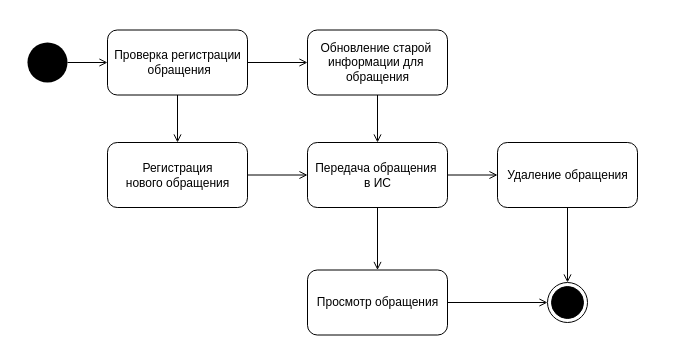
Above: Диаграмма состояний.drawio in Barashek-1507/DandA (draw.io), before the change. Source tidied: cells renumbered, new cells numbered last; positions are measured from the earlier drawing's top-left corner, leaving out a move shared by most shapes. Both pictures are drawn from the tidied source at 100%, with x=0, y=0 at pixel (27, 30).
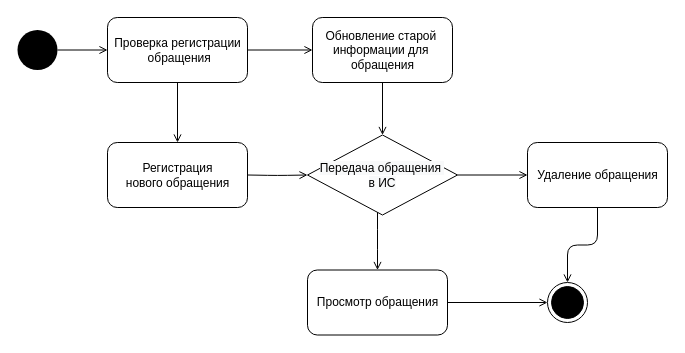
After the change.

Unchanged cells that the change refers to:
```xml
<mxCell id="6" value="Регистрация &lt;br&gt;нового обращения" style="html=1;rounded=1;sketch=0;" parent="1" vertex="1">
  <mxGeometry x="80" y="112" width="140" height="65" as="geometry" />
</mxCell>
<mxCell id="13" value="Просмотр обращения" style="html=1;rounded=1;sketch=0;" parent="1" vertex="1">
  <mxGeometry x="280" y="239.5" width="140" height="65" as="geometry" />
</mxCell>
```

Diff of the diagram source:
```diff
@@
     <mxCell id="2" style="ellipse;fillColor=#000000;strokeColor=none;rounded=0;sketch=0;" parent="1" vertex="1">
-      <mxGeometry y="12" width="40" height="40" as="geometry" />
+      <mxGeometry x="-10" y="-0.5" width="40" height="40" as="geometry" />
     </mxCell>
@@
     <mxCell id="4" value="Проверка регистрации&lt;br&gt;&amp;nbsp;обращения" style="html=1;rounded=1;sketch=0;" parent="1" vertex="1">
-      <mxGeometry x="80" y="-0.5" width="140" height="65" as="geometry" />
+      <mxGeometry x="80" y="-13" width="140" height="65" as="geometry" />
     </mxCell>
@@
     <mxCell id="8" value="Обновление старой&amp;nbsp;&lt;br&gt;информации для&amp;nbsp;&lt;br&gt;обращения" style="html=1;rounded=1;sketch=0;" parent="1" vertex="1">
-      <mxGeometry x="280" y="-0.5" width="140" height="65" as="geometry" />
+      <mxGeometry x="285" y="-13" width="140" height="65" as="geometry" />
     </mxCell>
-    <mxCell id="9" style="edgeStyle=orthogonalEdgeStyle;curved=0;rounded=1;sketch=0;jettySize=auto;html=1;startArrow=open;startFill=0;endArrow=none;endFill=0;" parent="1" edge="1" source="11" target="6">
-      <mxGeometry relative="1" as="geometry" />
+    <mxCell id="9" style="edgeStyle=orthogonalEdgeStyle;curved=0;rounded=1;sketch=0;jettySize=auto;html=1;startArrow=open;startFill=0;endArrow=none;endFill=0;" parent="1" edge="1" target="6">
+      <mxGeometry relative="1" as="geometry">
+        <mxPoint x="280" y="144.5" as="sourcePoint" />
+      </mxGeometry>
     </mxCell>
-    <mxCell id="10" style="edgeStyle=orthogonalEdgeStyle;curved=0;rounded=1;sketch=0;jettySize=auto;html=1;startArrow=open;startFill=0;endArrow=none;endFill=0;" parent="1" edge="1" source="11" target="8">
+    <mxCell id="10" style="edgeStyle=orthogonalEdgeStyle;curved=0;rounded=1;sketch=0;jettySize=auto;html=1;startArrow=open;startFill=0;endArrow=none;endFill=0;exitX=0.5;exitY=0;exitDx=0;exitDy=0;" parent="1" edge="1" source="11" target="8">
       <mxGeometry relative="1" as="geometry" />
     </mxCell>
-    <mxCell id="11" value="Передача обращения&amp;nbsp;&lt;br&gt;в ИС" style="html=1;rounded=1;sketch=0;" parent="1" vertex="1">
-      <mxGeometry x="280" y="112" width="140" height="65" as="geometry" />
-    </mxCell>
-    <mxCell id="12" style="edgeStyle=orthogonalEdgeStyle;curved=0;rounded=1;sketch=0;jettySize=auto;html=1;startArrow=open;startFill=0;endArrow=none;endFill=0;" parent="1" edge="1" source="13" target="11">
-      <mxGeometry relative="1" as="geometry" />
+    <mxCell id="12" style="edgeStyle=orthogonalEdgeStyle;curved=0;rounded=1;sketch=0;jettySize=auto;html=1;startArrow=open;startFill=0;endArrow=none;endFill=0;" parent="1" edge="1" source="13">
+      <mxGeometry relative="1" as="geometry">
+        <mxPoint x="350" y="177" as="targetPoint" />
+      </mxGeometry>
     </mxCell>
@@
-    <mxCell id="14" style="edgeStyle=orthogonalEdgeStyle;curved=0;rounded=1;sketch=0;jettySize=auto;html=1;startArrow=open;startFill=0;endArrow=none;endFill=0;" parent="1" edge="1" source="15" target="11">
+    <mxCell id="14" style="edgeStyle=orthogonalEdgeStyle;curved=0;rounded=1;sketch=0;jettySize=auto;html=1;startArrow=open;startFill=0;endArrow=none;endFill=0;entryX=1;entryY=0.5;entryDx=0;entryDy=0;" parent="1" edge="1" source="15" target="11">
       <mxGeometry relative="1" as="geometry" />
     </mxCell>
     <mxCell id="15" value="Удаление обращения" style="html=1;rounded=1;sketch=0;" parent="1" vertex="1">
-      <mxGeometry x="470" y="112" width="140" height="65" as="geometry" />
+      <mxGeometry x="500" y="112" width="140" height="65" as="geometry" />
     </mxCell>
@@
+    <mxCell id="11" value="&lt;span style=&quot;color: rgb(0, 0, 0); font-family: helvetica; font-size: 12px; font-style: normal; font-weight: normal; letter-spacing: normal; text-align: center; text-indent: 0px; text-transform: none; word-spacing: 0px; background-color: rgb(248, 249, 250); text-decoration: none; display: inline; float: none;&quot;&gt;Передача обращения&amp;nbsp;&lt;/span&gt;&lt;br style=&quot;color: rgb(0, 0, 0); font-family: helvetica; font-size: 12px; font-style: normal; font-weight: normal; letter-spacing: normal; text-align: center; text-indent: 0px; text-transform: none; word-spacing: 0px; text-decoration: none;&quot;&gt;&lt;span style=&quot;color: rgb(0, 0, 0); font-family: helvetica; font-size: 12px; font-style: normal; font-weight: normal; letter-spacing: normal; text-align: center; text-indent: 0px; text-transform: none; word-spacing: 0px; background-color: rgb(248, 249, 250); text-decoration: none; display: inline; float: none;&quot;&gt;в ИС&lt;/span&gt;" style="rhombus;whiteSpace=wrap;html=1;" parent="1" vertex="1">
+      <mxGeometry x="280" y="104.5" width="150" height="80" as="geometry" />
+    </mxCell>
```
